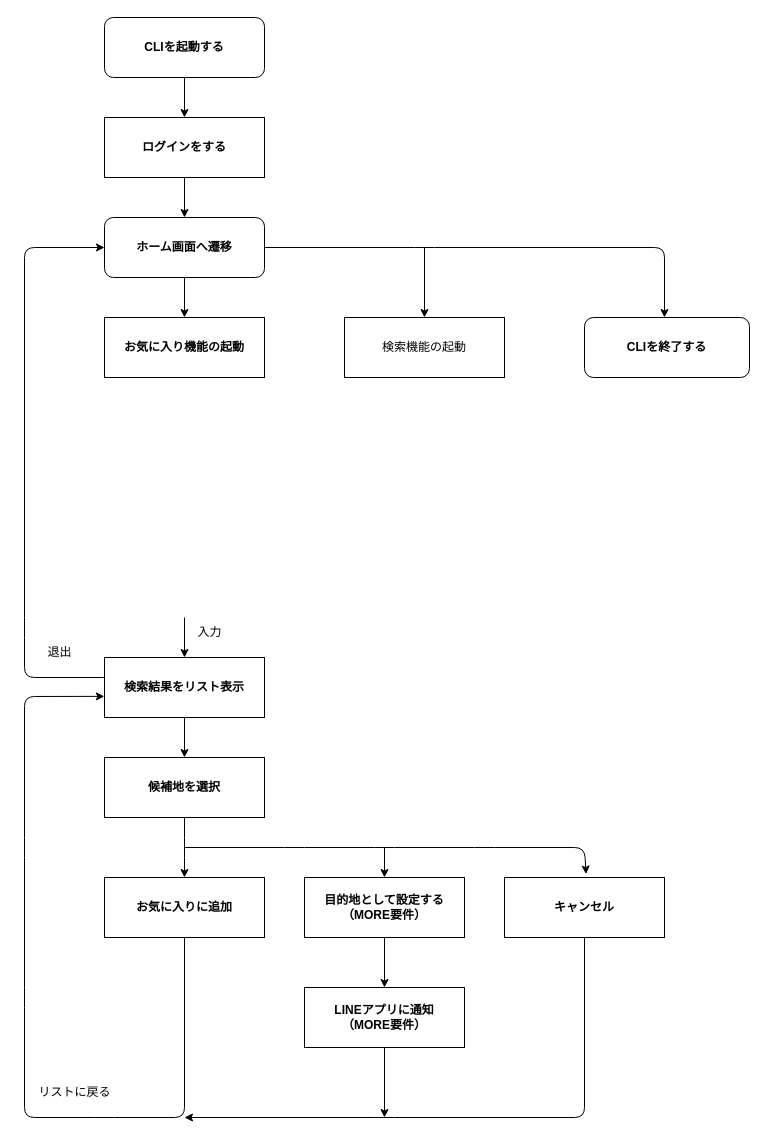
Above: page "お気に入り機能" (2 of 2) of others/flow.drawio in Seiya-Tagami/go-practice (draw.io), before the change. Source tidied: cells renumbered, new cells numbered last; positions are measured from the earlier drawing's top-left corner, leaving out a move shared by most shapes. Both pictures are drawn from the tidied source at 100%, with x=0, y=0 at pixel (24, 17).
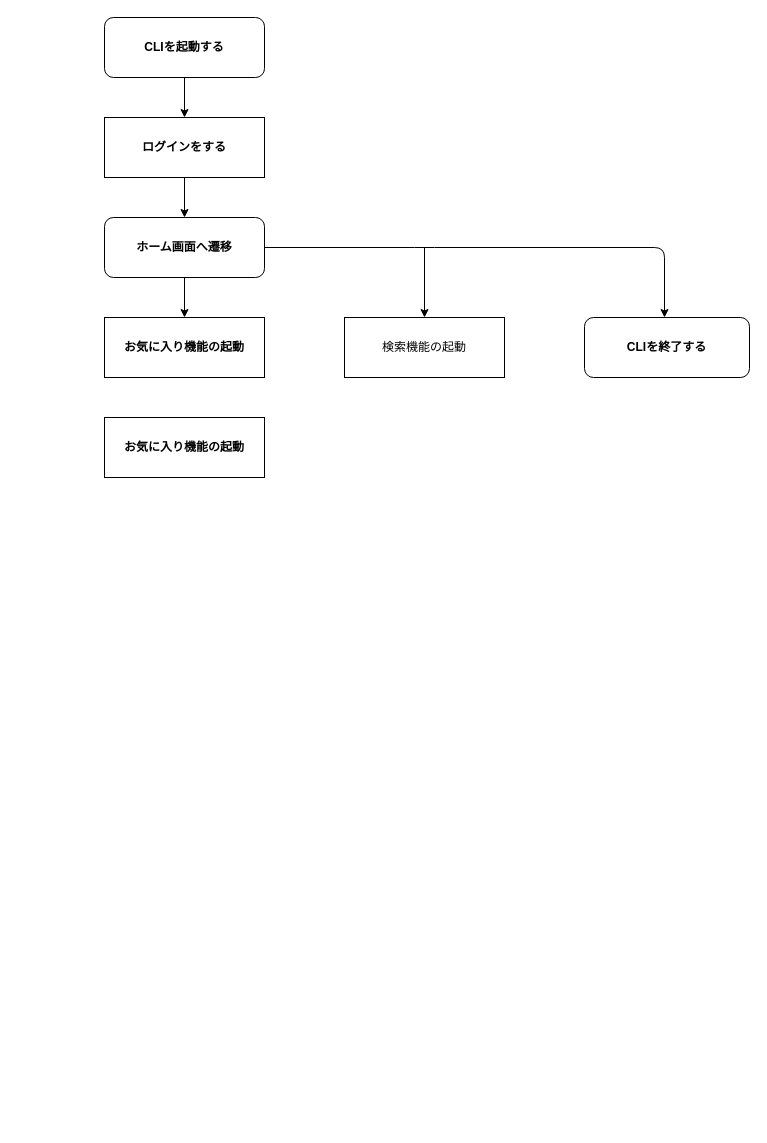
Above is the later version.

The change refers to these unchanged cells:
```xml
<mxCell id="8" value="&lt;b&gt;ホーム画面へ遷移&lt;/b&gt;" style="rounded=1;whiteSpace=wrap;html=1;" parent="1" vertex="1">
  <mxGeometry x="80" y="200" width="160" height="60" as="geometry" />
</mxCell>
```

The edit, as a diff of the source:
```diff
@@
-    <mxCell id="11" style="edgeStyle=none;html=1;" parent="1" edge="1" target="14">
-      <mxGeometry relative="1" as="geometry">
-        <mxPoint x="160" y="600" as="sourcePoint" />
-      </mxGeometry>
-    </mxCell>
-    <mxCell id="12" style="edgeStyle=none;html=1;" parent="1" edge="1" source="14" target="17">
-      <mxGeometry relative="1" as="geometry" />
-    </mxCell>
-    <mxCell id="13" style="edgeStyle=none;html=1;entryX=0;entryY=0.5;entryDx=0;entryDy=0;exitX=-0.004;exitY=0.334;exitDx=0;exitDy=0;exitPerimeter=0;" parent="1" edge="1" source="14" target="8">
-      <mxGeometry relative="1" as="geometry">
-        <Array as="points">
-          <mxPoint y="660" />
-          <mxPoint y="610" />
-          <mxPoint y="230" />
-        </Array>
-      </mxGeometry>
-    </mxCell>
-    <mxCell id="14" value="&lt;b&gt;検索結果をリスト表示&lt;/b&gt;" style="rounded=0;whiteSpace=wrap;html=1;align=center;" parent="1" vertex="1">
-      <mxGeometry x="80" y="640" width="160" height="60" as="geometry" />
-    </mxCell>
-    <mxCell id="15" value="入力" style="text;html=1;align=center;verticalAlign=middle;strokeColor=none;fillColor=none;" parent="1" vertex="1">
-      <mxGeometry x="160" y="600" width="50" height="30" as="geometry" />
-    </mxCell>
-    <mxCell id="16" style="edgeStyle=none;html=1;" parent="1" edge="1" source="17" target="20">
-      <mxGeometry relative="1" as="geometry">
-        <Array as="points">
-          <mxPoint x="160" y="830" />
-        </Array>
-      </mxGeometry>
-    </mxCell>
-    <mxCell id="17" value="&lt;b&gt;候補地を選択&lt;/b&gt;" style="rounded=0;whiteSpace=wrap;html=1;align=center;" parent="1" vertex="1">
-      <mxGeometry x="80" y="740" width="160" height="60" as="geometry" />
-    </mxCell>
-    <mxCell id="18" value="退出" style="text;html=1;align=center;verticalAlign=middle;strokeColor=none;fillColor=none;" parent="1" vertex="1">
-      <mxGeometry x="10" y="620" width="50" height="30" as="geometry" />
-    </mxCell>
-    <mxCell id="19" style="edgeStyle=none;html=1;exitX=0.5;exitY=1;exitDx=0;exitDy=0;entryX=-0.001;entryY=0.648;entryDx=0;entryDy=0;entryPerimeter=0;" parent="1" edge="1" source="20" target="14">
-      <mxGeometry relative="1" as="geometry">
-        <Array as="points">
-          <mxPoint x="160" y="1100" />
-          <mxPoint x="80" y="1100" />
-          <mxPoint y="1100" />
-          <mxPoint y="980" />
-          <mxPoint y="830" />
-          <mxPoint y="679" />
-        </Array>
-      </mxGeometry>
-    </mxCell>
-    <mxCell id="20" value="&lt;b&gt;お気に入りに追加&lt;/b&gt;" style="rounded=0;whiteSpace=wrap;html=1;" parent="1" vertex="1">
-      <mxGeometry x="80" y="860" width="160" height="60" as="geometry" />
-    </mxCell>
-    <mxCell id="21" style="edgeStyle=none;html=1;exitX=0.5;exitY=1;exitDx=0;exitDy=0;" parent="1" edge="1" source="22">
-      <mxGeometry relative="1" as="geometry">
-        <mxPoint x="160" y="1100" as="targetPoint" />
-        <Array as="points">
-          <mxPoint x="560" y="1100" />
-          <mxPoint x="360" y="1100" />
-        </Array>
-      </mxGeometry>
-    </mxCell>
-    <mxCell id="22" value="&lt;b&gt;キャンセル&lt;/b&gt;" style="rounded=0;whiteSpace=wrap;html=1;" parent="1" vertex="1">
-      <mxGeometry x="480" y="860" width="160" height="60" as="geometry" />
-    </mxCell>
-    <mxCell id="23" style="endArrow=classic;html=1;entryX=0.51;entryY=-0.058;entryDx=0;entryDy=0;entryPerimeter=0;" parent="1" edge="1" target="22">
-      <mxGeometry relative="1" as="geometry">
-        <mxPoint x="160" y="830" as="sourcePoint" />
-        <Array as="points">
-          <mxPoint x="270" y="830" />
-          <mxPoint x="360" y="830" />
-          <mxPoint x="460" y="830" />
-          <mxPoint x="560" y="830" />
-        </Array>
-      </mxGeometry>
-    </mxCell>
-    <mxCell id="24" value="リストに戻る" style="text;html=1;align=center;verticalAlign=middle;strokeColor=none;fillColor=none;" parent="1" vertex="1">
-      <mxGeometry y="1060" width="100" height="30" as="geometry" />
-    </mxCell>
-    <mxCell id="25" style="edgeStyle=none;html=1;" parent="1" edge="1" source="26" target="29">
-      <mxGeometry relative="1" as="geometry" />
-    </mxCell>
-    <mxCell id="26" value="&lt;b&gt;目的地として設定する（MORE要件）&lt;/b&gt;" style="rounded=0;whiteSpace=wrap;html=1;" parent="1" vertex="1">
-      <mxGeometry x="280" y="860" width="160" height="60" as="geometry" />
-    </mxCell>
-    <mxCell id="27" style="endArrow=classic;html=1;entryX=0.5;entryY=0;entryDx=0;entryDy=0;" parent="1" edge="1" target="26">
-      <mxGeometry relative="1" as="geometry">
-        <mxPoint x="360" y="830" as="sourcePoint" />
-      </mxGeometry>
-    </mxCell>
-    <mxCell id="28" style="edgeStyle=none;html=1;" parent="1" edge="1" source="29">
-      <mxGeometry relative="1" as="geometry">
-        <mxPoint x="360" y="1100" as="targetPoint" />
-      </mxGeometry>
-    </mxCell>
-    <mxCell id="29" value="&lt;b&gt;LINEアプリに通知&lt;br&gt;（MORE要件）&lt;/b&gt;" style="rounded=0;whiteSpace=wrap;html=1;" parent="1" vertex="1">
-      <mxGeometry x="280" y="970" width="160" height="60" as="geometry" />
-    </mxCell>
@@
+    <mxCell id="32" value="&lt;b&gt;お気に入り機能の起動&lt;/b&gt;" style="rounded=0;whiteSpace=wrap;html=1;" parent="1" vertex="1">
+      <mxGeometry x="80" y="400" width="160" height="60" as="geometry" />
+    </mxCell>
```
